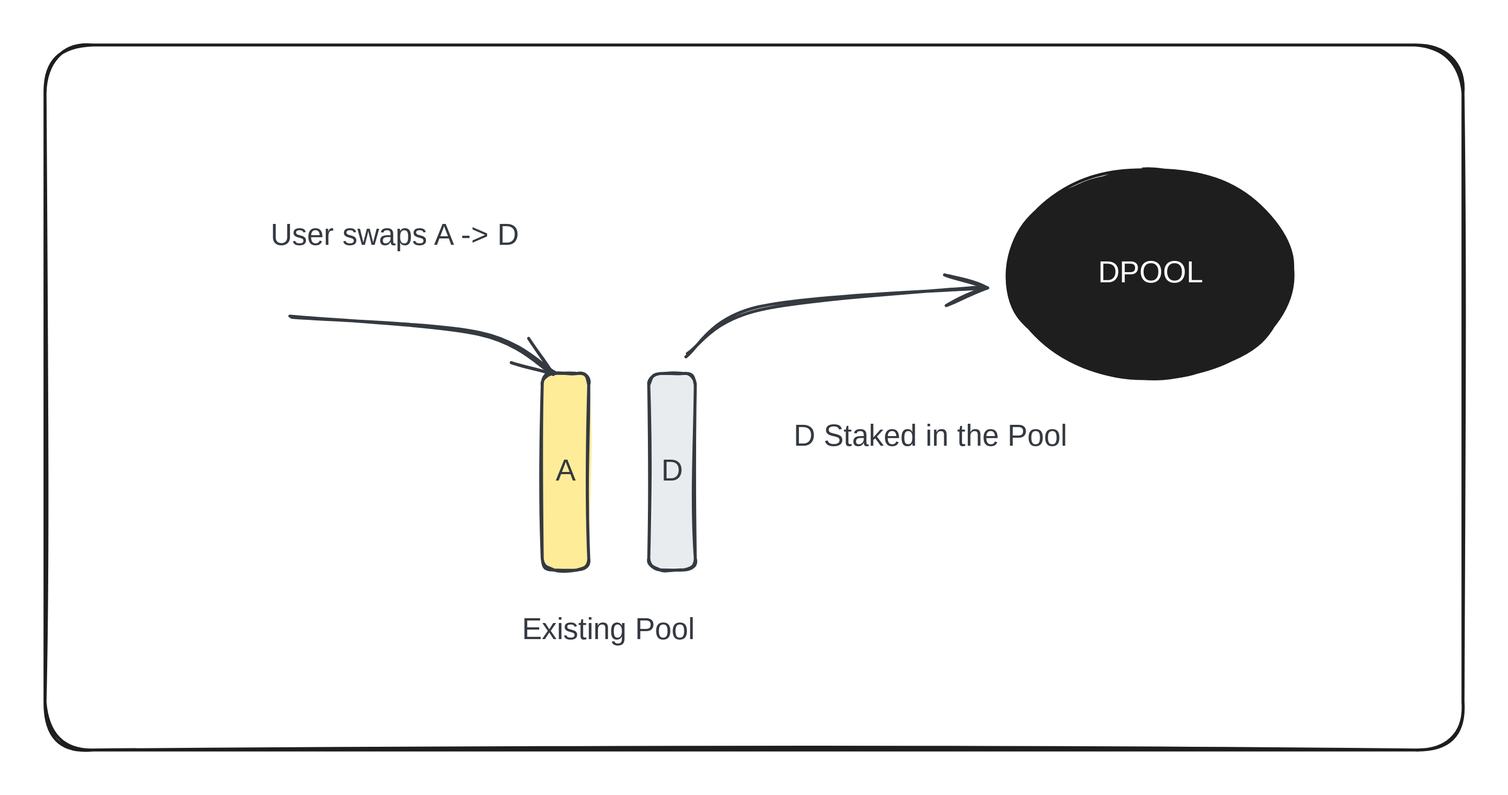
decaswap-labs/docs keeps this Excalidraw diagram as .gitbook/assets/file.excalidraw (4).svg. Above is the earlier version. Source tidied: one line per element, renumbered; positions are measured from the earlier drawing's top-left corner, leaving out a move shared by most shapes.
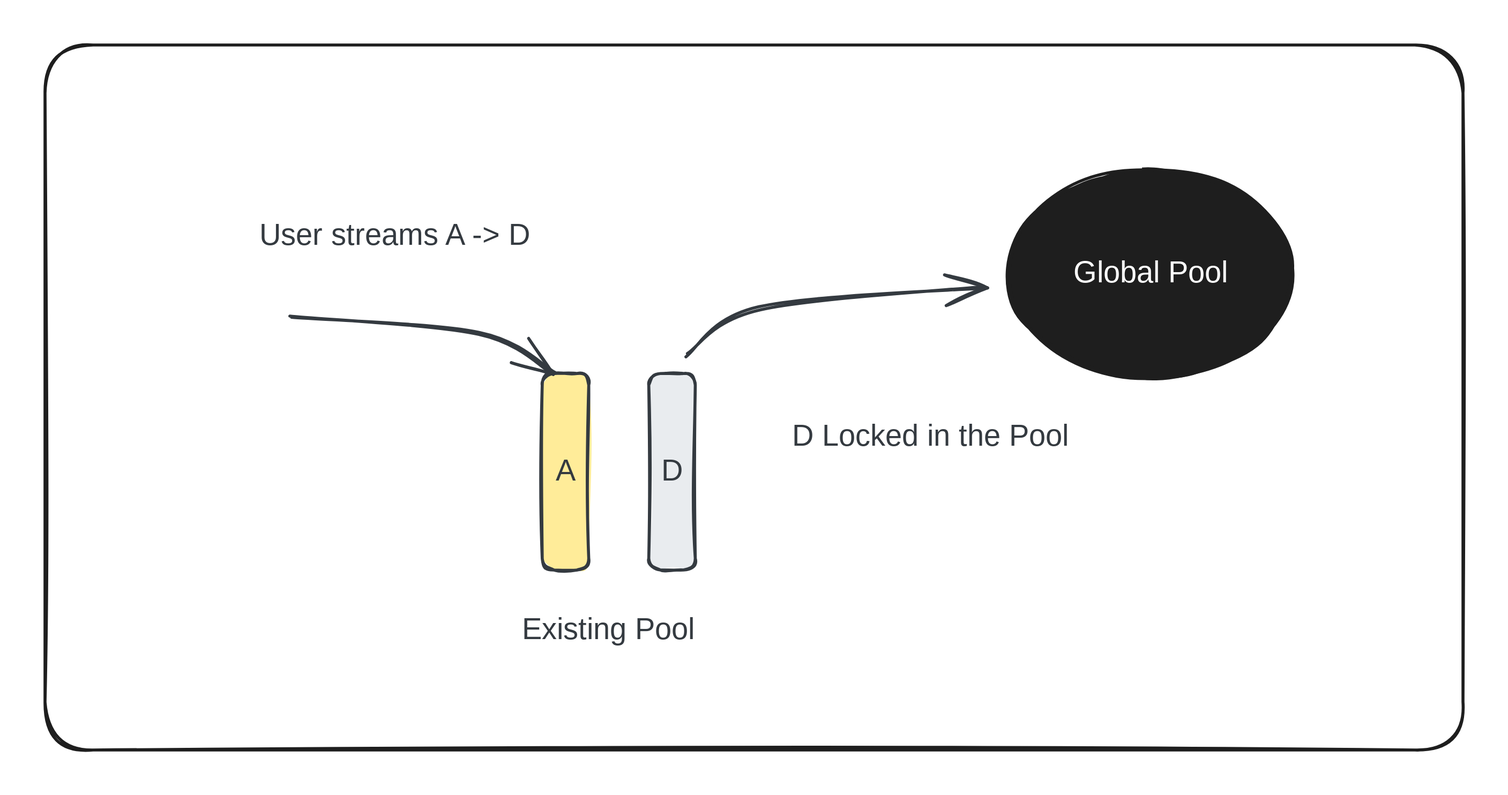
The same diagram one commit later.

The edit, as a diff of the source:
```diff
@@ -3,10 +3,10 @@
 {"id": 2, "type": "rectangle", "strokeColor": "#343a40", "backgroundColor": "#e9ecef", "fillStyle": "solid", "strokeWidth": 2, "roughness": 1, "round": true, "x": 402, "y": 219, "width": 31, "height": 131}
 {"id": 3, "type": "text", "text": "D", "strokeColor": "#343a40", "backgroundColor": "#e9ecef", "fillStyle": "solid", "strokeWidth": 2, "roughness": 1, "fontSize": 20, "fontFamily": 1, "textAlign": "center", "verticalAlign": "middle", "inside": 2, "x": 410, "y": 272, "width": 16, "height": 25}
 {"id": 4, "type": "text", "text": "Existing Pool ", "strokeColor": "#343a40", "backgroundColor": "#e9ecef", "fillStyle": "solid", "strokeWidth": 2, "strokeStyle": "dashed", "roughness": 1, "fontSize": 20, "fontFamily": 1, "textAlign": "center", "x": 310, "y": 378, "width": 136, "height": 25}
-{"id": 5, "type": "text", "text": "User swaps A -> D", "strokeColor": "#343a40", "backgroundColor": "#e9ecef", "fillStyle": "solid", "strokeWidth": 2, "strokeStyle": "dashed", "roughness": 1, "fontSize": 20, "fontFamily": 1, "textAlign": "center", "x": 139, "y": 115, "width": 188, "height": 25}
+{"id": 5, "type": "text", "text": "User streams A -> D", "strokeColor": "#343a40", "backgroundColor": "#e9ecef", "fillStyle": "solid", "strokeWidth": 2, "strokeStyle": "dashed", "roughness": 1, "fontSize": 20, "fontFamily": 1, "textAlign": "center", "x": 128, "y": 115, "width": 210, "height": 25}
-{"id": 6, "type": "text", "text": "D Staked in the Pool", "strokeColor": "#343a40", "backgroundColor": "#e9ecef", "fillStyle": "solid", "strokeWidth": 2, "strokeStyle": "dashed", "roughness": 1, "fontSize": 20, "fontFamily": 1, "textAlign": "center", "x": 485, "y": 249, "width": 211, "height": 25}
+{"id": 6, "type": "text", "text": "D Locked in the Pool", "strokeColor": "#343a40", "backgroundColor": "#e9ecef", "fillStyle": "solid", "strokeWidth": 2, "strokeStyle": "dashed", "roughness": 1, "fontSize": 20, "fontFamily": 1, "textAlign": "center", "x": 486, "y": 249, "width": 207, "height": 25}
 {"id": 7, "type": "arrow", "strokeColor": "#343a40", "backgroundColor": "#e9ecef", "fillStyle": "solid", "strokeWidth": 2, "roughness": 1, "endArrowhead": "arrow", "round": true, "to": 0, "x": 164, "y": 181, "width": 177, "height": 37, "points": [[0, 0], [125, 11], [177, 37]]}
 {"id": 8, "type": "ellipse", "strokeColor": "#1e1e1e", "backgroundColor": "#1e1e1e", "fillStyle": "solid", "strokeWidth": 2, "roughness": 1, "round": true, "x": 642, "y": 83, "width": 189, "height": 139}
-{"id": 9, "type": "text", "text": "DPOOL", "strokeColor": "#ffffff", "backgroundColor": "#1e1e1e", "fillStyle": "solid", "strokeWidth": 2, "roughness": 1, "fontSize": 20, "fontFamily": 1, "textAlign": "center", "verticalAlign": "middle", "inside": 8, "x": 702, "y": 140, "width": 70, "height": 25}
+{"id": 9, "type": "text", "text": "Global Pool", "strokeColor": "#ffffff", "backgroundColor": "#1e1e1e", "fillStyle": "solid", "strokeWidth": 2, "roughness": 1, "fontSize": 20, "fontFamily": 1, "textAlign": "center", "verticalAlign": "middle", "inside": 8, "x": 681, "y": 140, "width": 112, "height": 25}
 {"id": 10, "type": "arrow", "strokeColor": "#343a40", "backgroundColor": "#e9ecef", "fillStyle": "solid", "strokeWidth": 2, "roughness": 1, "endArrowhead": "arrow", "round": true, "from": 2, "to": 8, "x": 427, "y": 207, "width": 200, "height": 45, "points": [[0, 0], [50, -30], [200, -45]]}
 {"id": 11, "type": "rectangle", "strokeColor": "#1e1e1e", "strokeWidth": 2, "roughness": 1, "round": true, "x": 0, "y": 0, "width": 945, "height": 470}
```
